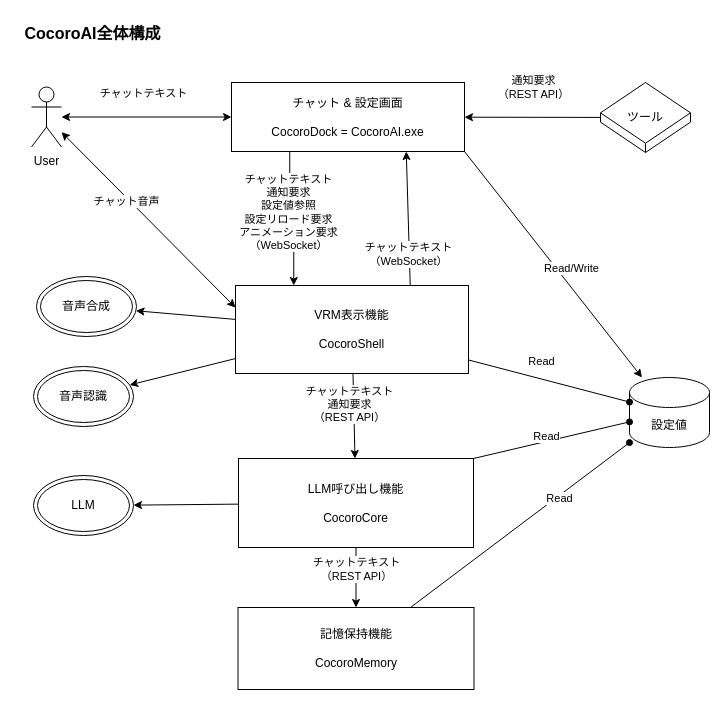
Above: CocoroAI全体構成.drawio in hirona98/CocoroCore (draw.io), before the change. Source tidied: cells renumbered, new cells numbered last; positions are measured from the earlier drawing's top-left corner, leaving out a move shared by most shapes. Both pictures are drawn from the tidied source at 100%, with x=0, y=0 at pixel (17, 17).
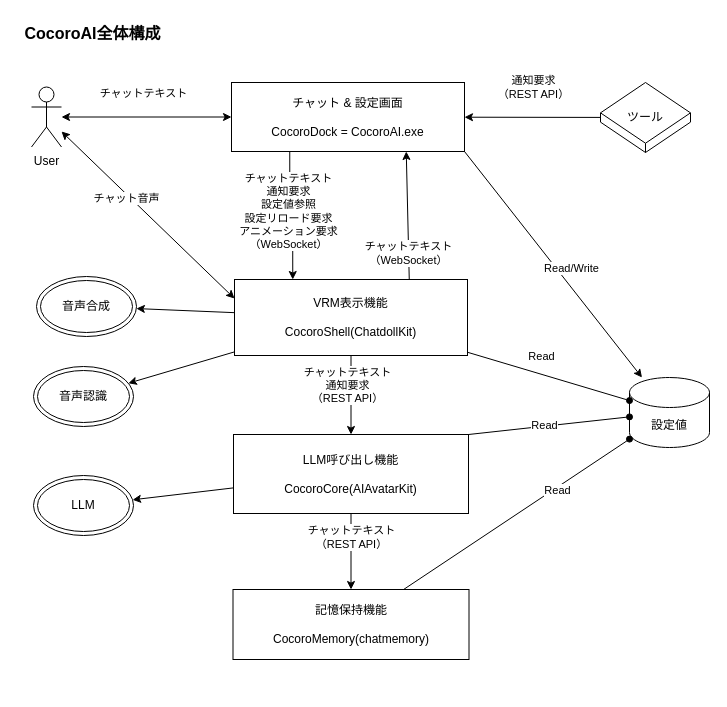
Above is the later version.

Commit message:
全体構成図のホスト情報を更新し、チャット機能の詳細を追加

What changed in the source:
```diff
@@
-    <mxCell id="16" value="&lt;div&gt;VRM表示機能&lt;/div&gt;&lt;div&gt;&lt;br&gt;&lt;/div&gt;&lt;div&gt;CocoroShell&lt;/div&gt;" style="rounded=0;whiteSpace=wrap;html=1;" parent="1" vertex="1">
-      <mxGeometry x="218" y="268" width="233" height="88" as="geometry" />
+    <mxCell id="16" value="&lt;div&gt;VRM表示機能&lt;/div&gt;&lt;div&gt;&lt;br&gt;&lt;/div&gt;&lt;div&gt;CocoroShell(ChatdollKit)&lt;/div&gt;" style="rounded=0;whiteSpace=wrap;html=1;" parent="1" vertex="1">
+      <mxGeometry x="217" y="262" width="233" height="76" as="geometry" />
     </mxCell>
@@
-    <mxCell id="22" value="&lt;div&gt;LLM呼び出し機能&lt;/div&gt;&lt;div&gt;&lt;br&gt;&lt;/div&gt;&lt;div&gt;CocoroCore&lt;/div&gt;" style="rounded=0;whiteSpace=wrap;html=1;" parent="1" vertex="1">
-      <mxGeometry x="221" y="441" width="235" height="89" as="geometry" />
+    <mxCell id="22" value="&lt;div&gt;LLM呼び出し機能&lt;/div&gt;&lt;div&gt;&lt;br&gt;&lt;/div&gt;&lt;div&gt;CocoroCore(AIAvatarKit)&lt;/div&gt;" style="rounded=0;whiteSpace=wrap;html=1;" parent="1" vertex="1">
+      <mxGeometry x="216" y="417" width="235" height="79" as="geometry" />
     </mxCell>
@@
-    <mxCell id="34" value="&lt;div&gt;記憶保持機能&lt;/div&gt;&lt;div&gt;&lt;br&gt;&lt;/div&gt;&lt;div&gt;CocoroMemory&lt;/div&gt;" style="rounded=0;whiteSpace=wrap;html=1;" parent="1" vertex="1">
-      <mxGeometry x="220.5" y="590" width="236" height="82" as="geometry" />
+    <mxCell id="34" value="&lt;div&gt;記憶保持機能&lt;/div&gt;&lt;div&gt;&lt;br&gt;&lt;/div&gt;&lt;div&gt;CocoroMemory(chatmemory)&lt;/div&gt;" style="rounded=0;whiteSpace=wrap;html=1;" parent="1" vertex="1">
+      <mxGeometry x="215.5" y="572" width="236" height="70" as="geometry" />
     </mxCell>
```
